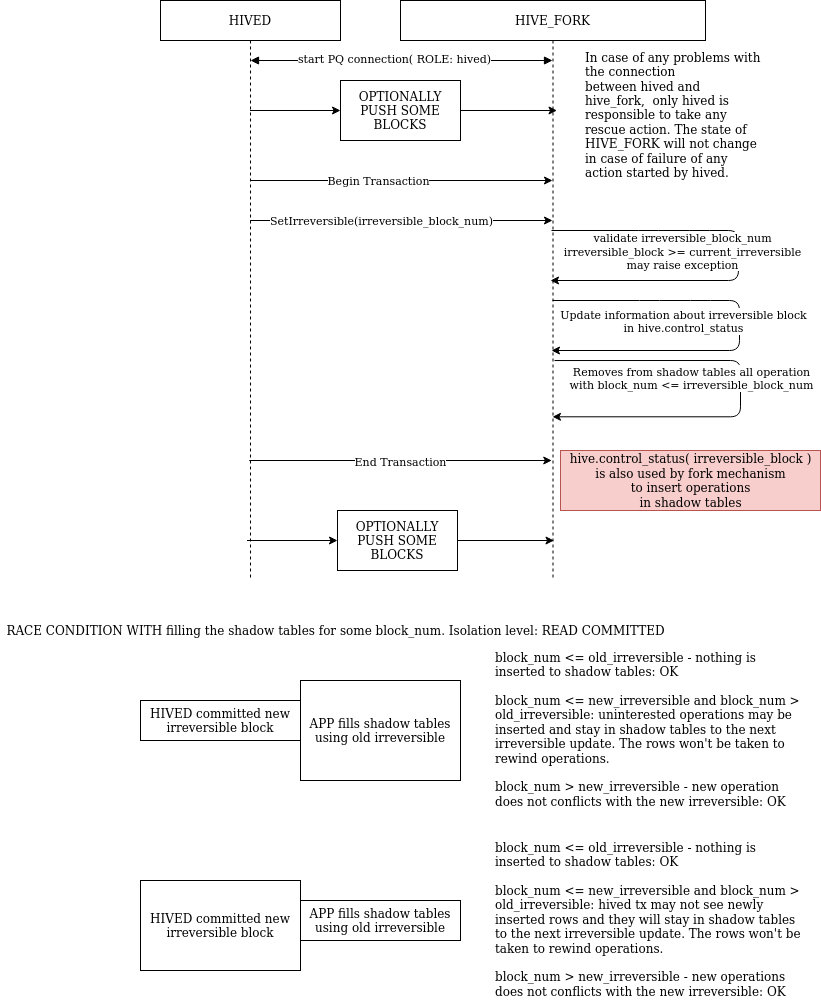
This is doc/set_new_irreversible.png from openhive-network/HAfAH, a draw.io export, as it was before one commit. Source tidied: cells renumbered, new cells last; positions are measured from the earlier drawing's top-left corner, leaving out a move shared by most shapes. The source it was exported from:
```xml
<mxGraphModel>
  <root>
    <mxCell id="0" />
    <mxCell id="1" parent="0" />
    <mxCell id="2" value="HIVED" style="shape=umlLifeline;perimeter=lifelinePerimeter;whiteSpace=wrap;html=1;outlineConnect=0;" parent="1" vertex="1">
      <mxGeometry x="160" width="180" height="580" as="geometry" />
    </mxCell>
    <mxCell id="3" style="endArrow=block;startArrow=block;endFill=1;startFill=1;html=1;" parent="2" edge="1" target="5">
      <mxGeometry relative="1" as="geometry">
        <mxPoint x="90" y="60" as="sourcePoint" />
      </mxGeometry>
    </mxCell>
    <mxCell id="4" value="start PQ connection( ROLE: hived)" style="edgeLabel;html=1;align=center;verticalAlign=middle;" parent="3" vertex="1">
      <mxGeometry x="-0.26" y="3" relative="1" as="geometry">
        <mxPoint x="31" as="offset" />
      </mxGeometry>
    </mxCell>
    <mxCell id="5" value="HIVE_FORK" style="shape=umlLifeline;perimeter=lifelinePerimeter;whiteSpace=wrap;html=1;outlineConnect=0;" parent="1" vertex="1">
      <mxGeometry x="400" width="305" height="580" as="geometry" />
    </mxCell>
    <mxCell id="6" value="&lt;div&gt;In case of any problems with the connection&lt;br&gt;&lt;/div&gt;&lt;div&gt;between hived and hive_fork,&amp;nbsp; only hived is responsible to take any rescue action. The state of HIVE_FORK will not change in case of failure of any action started by hived.&lt;br&gt;&lt;/div&gt;" style="text;html=1;strokeColor=none;fillColor=none;spacing=5;spacingTop=-20;whiteSpace=wrap;overflow=hidden;rounded=0;align=left;" parent="5" vertex="1">
      <mxGeometry x="180" y="60" width="190" height="120" as="geometry" />
    </mxCell>
    <mxCell id="7" value="OPTIONALLY PUSH SOME BLOCKS" style="rounded=0;whiteSpace=wrap;html=1;" parent="1" vertex="1">
      <mxGeometry x="340" y="80" width="120" height="60" as="geometry" />
    </mxCell>
    <mxCell id="8" style="endArrow=classic;html=1;entryX=0;entryY=0.5;entryDx=0;entryDy=0;" parent="1" edge="1" source="2" target="7">
      <mxGeometry relative="1" as="geometry" />
    </mxCell>
    <mxCell id="9" style="endArrow=classic;html=1;exitX=1;exitY=0.5;exitDx=0;exitDy=0;" parent="1" edge="1" source="7">
      <mxGeometry relative="1" as="geometry">
        <mxPoint x="556.5" y="110" as="targetPoint" />
      </mxGeometry>
    </mxCell>
    <mxCell id="10" style="endArrow=classic;html=1;" parent="1" edge="1" source="2" target="5">
      <mxGeometry relative="1" as="geometry">
        <Array as="points">
          <mxPoint x="400" y="180" />
        </Array>
      </mxGeometry>
    </mxCell>
    <mxCell id="11" value="Begin Transaction" style="edgeLabel;html=1;align=center;verticalAlign=middle;" parent="10" vertex="1">
      <mxGeometry x="-0.16" y="1" relative="1" as="geometry" />
    </mxCell>
    <mxCell id="12" style="endArrow=classic;html=1;" parent="1" edge="1" source="2" target="5">
      <mxGeometry relative="1" as="geometry">
        <Array as="points">
          <mxPoint x="380" y="220" />
        </Array>
      </mxGeometry>
    </mxCell>
    <mxCell id="13" value="SetIrreversible(irreversible_block_num)" style="edgeLabel;html=1;align=center;verticalAlign=middle;" parent="12" vertex="1">
      <mxGeometry x="-0.26" y="1" relative="1" as="geometry">
        <mxPoint x="19" as="offset" />
      </mxGeometry>
    </mxCell>
    <mxCell id="14" style="endArrow=classic;html=1;" parent="1" edge="1">
      <mxGeometry relative="1" as="geometry">
        <mxPoint x="248.8" y="460" as="sourcePoint" />
        <mxPoint x="551.2" y="460" as="targetPoint" />
        <Array as="points">
          <mxPoint x="399.2" y="460" />
        </Array>
      </mxGeometry>
    </mxCell>
    <mxCell id="15" value="End Transaction" style="edgeLabel;html=1;align=center;verticalAlign=middle;" parent="14" vertex="1">
      <mxGeometry x="-0.16" y="1" relative="1" as="geometry">
        <mxPoint x="23" y="1" as="offset" />
      </mxGeometry>
    </mxCell>
    <mxCell id="16" style="endArrow=classic;html=1;exitX=0.505;exitY=0.403;exitDx=0;exitDy=0;exitPerimeter=0;edgeStyle=orthogonalEdgeStyle;" parent="1" edge="1">
      <mxGeometry relative="1" as="geometry">
        <mxPoint x="554" y="360" as="sourcePoint" />
        <mxPoint x="552" y="416.3" as="targetPoint" />
        <Array as="points">
          <mxPoint x="740" y="360.3" />
          <mxPoint x="740" y="416.3" />
        </Array>
      </mxGeometry>
    </mxCell>
    <mxCell id="17" value="&lt;div&gt;Removes from shadow tables all operation&lt;/div&gt;&lt;div&gt;with block_num &amp;lt;= irreversible_block_num &lt;/div&gt;" style="edgeLabel;html=1;align=center;verticalAlign=middle;" parent="16" vertex="1">
      <mxGeometry x="-0.07" y="1" relative="1" as="geometry">
        <mxPoint x="-51" y="4" as="offset" />
      </mxGeometry>
    </mxCell>
    <mxCell id="18" style="endArrow=classic;html=1;" parent="1" edge="1" source="5">
      <mxGeometry relative="1" as="geometry">
        <mxPoint x="551" y="350" as="targetPoint" />
        <Array as="points">
          <mxPoint x="649" y="300" />
          <mxPoint x="700" y="300" />
          <mxPoint x="739" y="300" />
          <mxPoint x="739" y="350" />
        </Array>
      </mxGeometry>
    </mxCell>
    <mxCell id="19" value="&lt;div&gt;Update information about irreversible block&lt;/div&gt;&lt;div&gt; in hive.control_status &lt;/div&gt;" style="edgeLabel;html=1;align=center;verticalAlign=middle;" parent="18" vertex="1">
      <mxGeometry x="-0.07" relative="1" as="geometry">
        <mxPoint x="-57" y="9" as="offset" />
      </mxGeometry>
    </mxCell>
    <mxCell id="20" value="OPTIONALLY PUSH SOME BLOCKS" style="rounded=0;whiteSpace=wrap;html=1;" parent="1" vertex="1">
      <mxGeometry x="337" y="510" width="120" height="60" as="geometry" />
    </mxCell>
    <mxCell id="21" style="endArrow=classic;html=1;entryX=0;entryY=0.5;entryDx=0;entryDy=0;" parent="1" edge="1" target="20">
      <mxGeometry relative="1" as="geometry">
        <mxPoint x="246.5" y="540" as="sourcePoint" />
      </mxGeometry>
    </mxCell>
    <mxCell id="22" style="endArrow=classic;html=1;exitX=1;exitY=0.5;exitDx=0;exitDy=0;" parent="1" edge="1" source="20">
      <mxGeometry relative="1" as="geometry">
        <mxPoint x="553.5" y="540" as="targetPoint" />
      </mxGeometry>
    </mxCell>
    <mxCell id="23" value="&lt;div&gt;hive.control_status( irreversible_block )&lt;/div&gt;&lt;div&gt; is also used by fork mechanism&lt;/div&gt;&lt;div&gt;to insert operations&lt;/div&gt;&lt;div&gt;in shadow tables&lt;br&gt;&lt;/div&gt;" style="text;html=1;align=center;verticalAlign=middle;strokeColor=#b85450;fillColor=#f8cecc;" parent="1" vertex="1">
      <mxGeometry x="560" y="450" width="260" height="60" as="geometry" />
    </mxCell>
    <mxCell id="24" value="HIVED committed new irreversible block" style="rounded=0;whiteSpace=wrap;html=1;" parent="1" vertex="1">
      <mxGeometry x="140" y="700" width="160" height="40" as="geometry" />
    </mxCell>
    <mxCell id="25" value="RACE CONDITION WITH filling the shadow tables for some block_num. Isolation level: READ COMMITTED" style="text;html=1;align=center;verticalAlign=middle;strokeColor=none;" parent="1" vertex="1">
      <mxGeometry y="620" width="670" height="20" as="geometry" />
    </mxCell>
    <mxCell id="26" value="APP fills shadow tables using old irreversible" style="rounded=0;whiteSpace=wrap;html=1;" parent="1" vertex="1">
      <mxGeometry x="300" y="680" width="160" height="100" as="geometry" />
    </mxCell>
    <mxCell id="27" value="&lt;div&gt;block_num &amp;lt;= old_irreversible - nothing is inserted to shadow tables: OK&lt;/div&gt;&lt;div&gt;&lt;br&gt;&lt;/div&gt;&lt;div&gt;block_num &amp;lt;= new_irreversible and block_num &amp;gt; old_irreversible: uninterested operations may be inserted and stay in shadow tables to the next irreversible update. The rows won't be taken to rewind operations.&lt;br&gt;&lt;/div&gt;&lt;div&gt;&lt;br&gt;&lt;/div&gt;&lt;div&gt;block_num &amp;gt; new_irreversible - new operation does not conflicts with the new irreversible: OK&lt;br&gt;&lt;/div&gt;" style="text;html=1;strokeColor=none;fillColor=none;spacing=5;spacingTop=-20;whiteSpace=wrap;overflow=hidden;rounded=0;" parent="1" vertex="1">
      <mxGeometry x="490" y="660" width="320" height="150" as="geometry" />
    </mxCell>
    <mxCell id="28" value="HIVED committed new irreversible block" style="rounded=0;whiteSpace=wrap;html=1;" parent="1" vertex="1">
      <mxGeometry x="140" y="880" width="160" height="90" as="geometry" />
    </mxCell>
    <mxCell id="29" value="APP fills shadow tables using old irreversible" style="rounded=0;whiteSpace=wrap;html=1;" parent="1" vertex="1">
      <mxGeometry x="300" y="900" width="160" height="40" as="geometry" />
    </mxCell>
    <mxCell id="30" value="&lt;div&gt;block_num &amp;lt;= old_irreversible - nothing is inserted to shadow tables: OK&lt;/div&gt;&lt;div&gt;&lt;br&gt;&lt;/div&gt;&lt;div&gt;block_num &amp;lt;= new_irreversible and block_num &amp;gt; old_irreversible: hived tx may not see newly inserted rows and they will stay in shadow tables to the next irreversible update. The rows won't be taken to rewind operations.&lt;br&gt;&lt;/div&gt;&lt;div&gt;&lt;br&gt;&lt;/div&gt;&lt;div&gt;block_num &amp;gt; new_irreversible - new operations does not conflicts with the new irreversible: OK&lt;br&gt;&lt;/div&gt;" style="text;html=1;strokeColor=none;fillColor=none;spacing=5;spacingTop=-20;whiteSpace=wrap;overflow=hidden;rounded=0;" parent="1" vertex="1">
      <mxGeometry x="490" y="850" width="320" height="150" as="geometry" />
    </mxCell>
    <mxCell id="31" style="endArrow=classic;html=1;" parent="1" edge="1">
      <mxGeometry relative="1" as="geometry">
        <mxPoint x="551" y="230" as="sourcePoint" />
        <mxPoint x="550" y="280" as="targetPoint" />
        <Array as="points">
          <mxPoint x="648" y="230" />
          <mxPoint x="699" y="230" />
          <mxPoint x="738" y="230" />
          <mxPoint x="738" y="280" />
        </Array>
      </mxGeometry>
    </mxCell>
    <mxCell id="32" value="&lt;div&gt;validate irreversible_block_num&lt;/div&gt;&lt;div&gt;irreversible_block &amp;gt;= current_irreversible&lt;/div&gt;&lt;div&gt;may raise exception&lt;br&gt;&lt;/div&gt;" style="edgeLabel;html=1;align=center;verticalAlign=middle;" parent="31" vertex="1">
      <mxGeometry x="-0.07" relative="1" as="geometry">
        <mxPoint x="-57" y="9" as="offset" />
      </mxGeometry>
    </mxCell>
  </root>
</mxGraphModel>
```
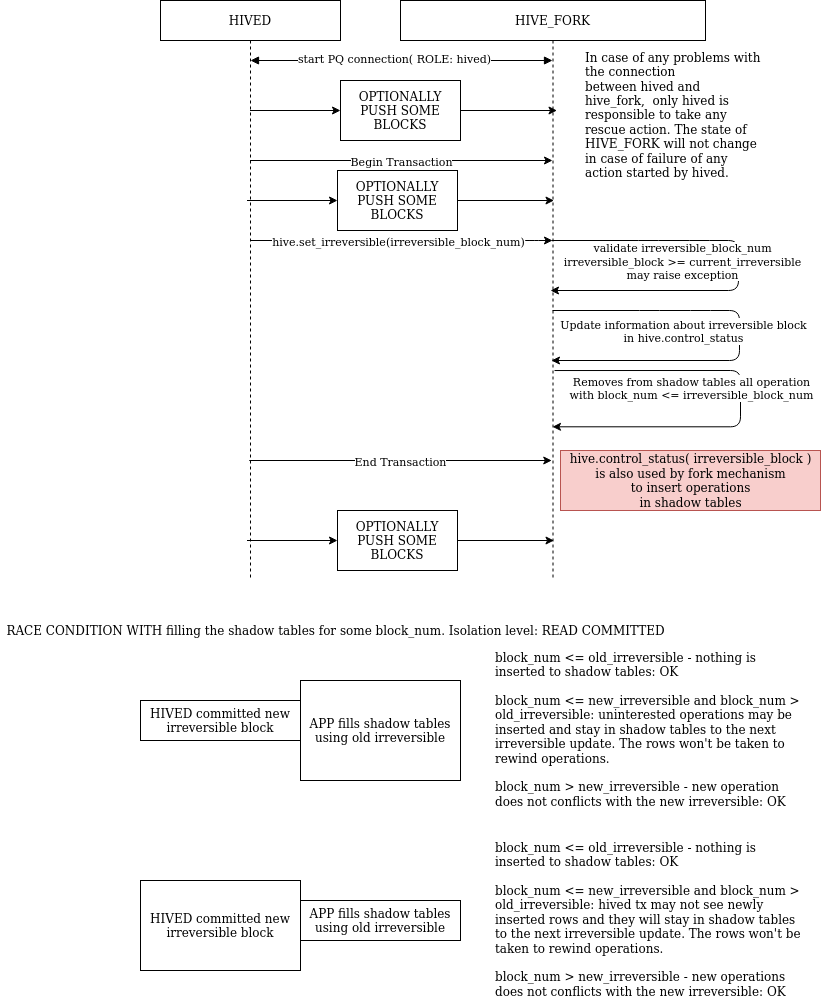
Above is the later version.

Change to the diagram source:
```diff
@@ -35,23 +35,26 @@
     <mxCell id="10" style="endArrow=classic;html=1;" parent="1" edge="1" source="2" target="5">
       <mxGeometry relative="1" as="geometry">
         <Array as="points">
-          <mxPoint x="400" y="180" />
+          <mxPoint x="390" y="160" />
         </Array>
       </mxGeometry>
     </mxCell>
     <mxCell id="11" value="Begin Transaction" style="edgeLabel;html=1;align=center;verticalAlign=middle;" parent="10" vertex="1">
-      <mxGeometry x="-0.16" y="1" relative="1" as="geometry" />
+      <mxGeometry x="-0.16" y="1" relative="1" as="geometry">
+        <mxPoint x="23" y="1" as="offset" />
+      </mxGeometry>
     </mxCell>
     <mxCell id="12" style="endArrow=classic;html=1;" parent="1" edge="1" source="2" target="5">
       <mxGeometry relative="1" as="geometry">
         <Array as="points">
-          <mxPoint x="380" y="220" />
+          <mxPoint x="380" y="240" />
+          <mxPoint x="530" y="240" />
         </Array>
       </mxGeometry>
     </mxCell>
-    <mxCell id="13" value="SetIrreversible(irreversible_block_num)" style="edgeLabel;html=1;align=center;verticalAlign=middle;" parent="12" vertex="1">
+    <mxCell id="13" value="hive.set_irreversible(irreversible_block_num)" style="edgeLabel;html=1;align=center;verticalAlign=middle;" parent="12" vertex="1">
       <mxGeometry x="-0.26" y="1" relative="1" as="geometry">
-        <mxPoint x="19" as="offset" />
+        <mxPoint x="36" y="1" as="offset" />
       </mxGeometry>
     </mxCell>
     <mxCell id="14" style="endArrow=classic;html=1;" parent="1" edge="1">
@@ -70,11 +73,11 @@
     </mxCell>
     <mxCell id="16" style="endArrow=classic;html=1;exitX=0.505;exitY=0.403;exitDx=0;exitDy=0;exitPerimeter=0;edgeStyle=orthogonalEdgeStyle;" parent="1" edge="1">
       <mxGeometry relative="1" as="geometry">
-        <mxPoint x="554" y="360" as="sourcePoint" />
-        <mxPoint x="552" y="416.3" as="targetPoint" />
+        <mxPoint x="554" y="370" as="sourcePoint" />
+        <mxPoint x="552" y="426.3" as="targetPoint" />
         <Array as="points">
-          <mxPoint x="740" y="360.3" />
-          <mxPoint x="740" y="416.3" />
+          <mxPoint x="740" y="370.3" />
+          <mxPoint x="740" y="426.3" />
         </Array>
       </mxGeometry>
     </mxCell>
@@ -83,14 +86,15 @@
         <mxPoint x="-51" y="4" as="offset" />
       </mxGeometry>
     </mxCell>
-    <mxCell id="18" style="endArrow=classic;html=1;" parent="1" edge="1" source="5">
+    <mxCell id="18" style="endArrow=classic;html=1;" parent="1" edge="1">
       <mxGeometry relative="1" as="geometry">
-        <mxPoint x="551" y="350" as="targetPoint" />
+        <mxPoint x="552" y="310" as="sourcePoint" />
+        <mxPoint x="551" y="360" as="targetPoint" />
         <Array as="points">
-          <mxPoint x="649" y="300" />
-          <mxPoint x="700" y="300" />
-          <mxPoint x="739" y="300" />
-          <mxPoint x="739" y="350" />
+          <mxPoint x="649" y="310" />
+          <mxPoint x="700" y="310" />
+          <mxPoint x="739" y="310" />
+          <mxPoint x="739" y="360" />
         </Array>
       </mxGeometry>
     </mxCell>
@@ -138,13 +142,13 @@
     </mxCell>
     <mxCell id="31" style="endArrow=classic;html=1;" parent="1" edge="1">
       <mxGeometry relative="1" as="geometry">
-        <mxPoint x="551" y="230" as="sourcePoint" />
-        <mxPoint x="550" y="280" as="targetPoint" />
+        <mxPoint x="551" y="240" as="sourcePoint" />
+        <mxPoint x="550" y="290" as="targetPoint" />
         <Array as="points">
-          <mxPoint x="648" y="230" />
-          <mxPoint x="699" y="230" />
-          <mxPoint x="738" y="230" />
-          <mxPoint x="738" y="280" />
+          <mxPoint x="648" y="240" />
+          <mxPoint x="699" y="240" />
+          <mxPoint x="738" y="240" />
+          <mxPoint x="738" y="290" />
         </Array>
       </mxGeometry>
     </mxCell>
@@ -153,5 +157,18 @@
         <mxPoint x="-57" y="9" as="offset" />
       </mxGeometry>
     </mxCell>
+    <mxCell id="33" value="OPTIONALLY PUSH SOME BLOCKS" style="rounded=0;whiteSpace=wrap;html=1;" parent="1" vertex="1">
+      <mxGeometry x="337" y="170" width="120" height="60" as="geometry" />
+    </mxCell>
+    <mxCell id="34" style="endArrow=classic;html=1;entryX=0;entryY=0.5;entryDx=0;entryDy=0;" parent="1" edge="1" target="33">
+      <mxGeometry relative="1" as="geometry">
+        <mxPoint x="246.5" y="200" as="sourcePoint" />
+      </mxGeometry>
+    </mxCell>
+    <mxCell id="35" style="endArrow=classic;html=1;exitX=1;exitY=0.5;exitDx=0;exitDy=0;" parent="1" edge="1" source="33">
+      <mxGeometry relative="1" as="geometry">
+        <mxPoint x="553.5" y="200" as="targetPoint" />
+      </mxGeometry>
+    </mxCell>
   </root>
 </mxGraphModel>
```
